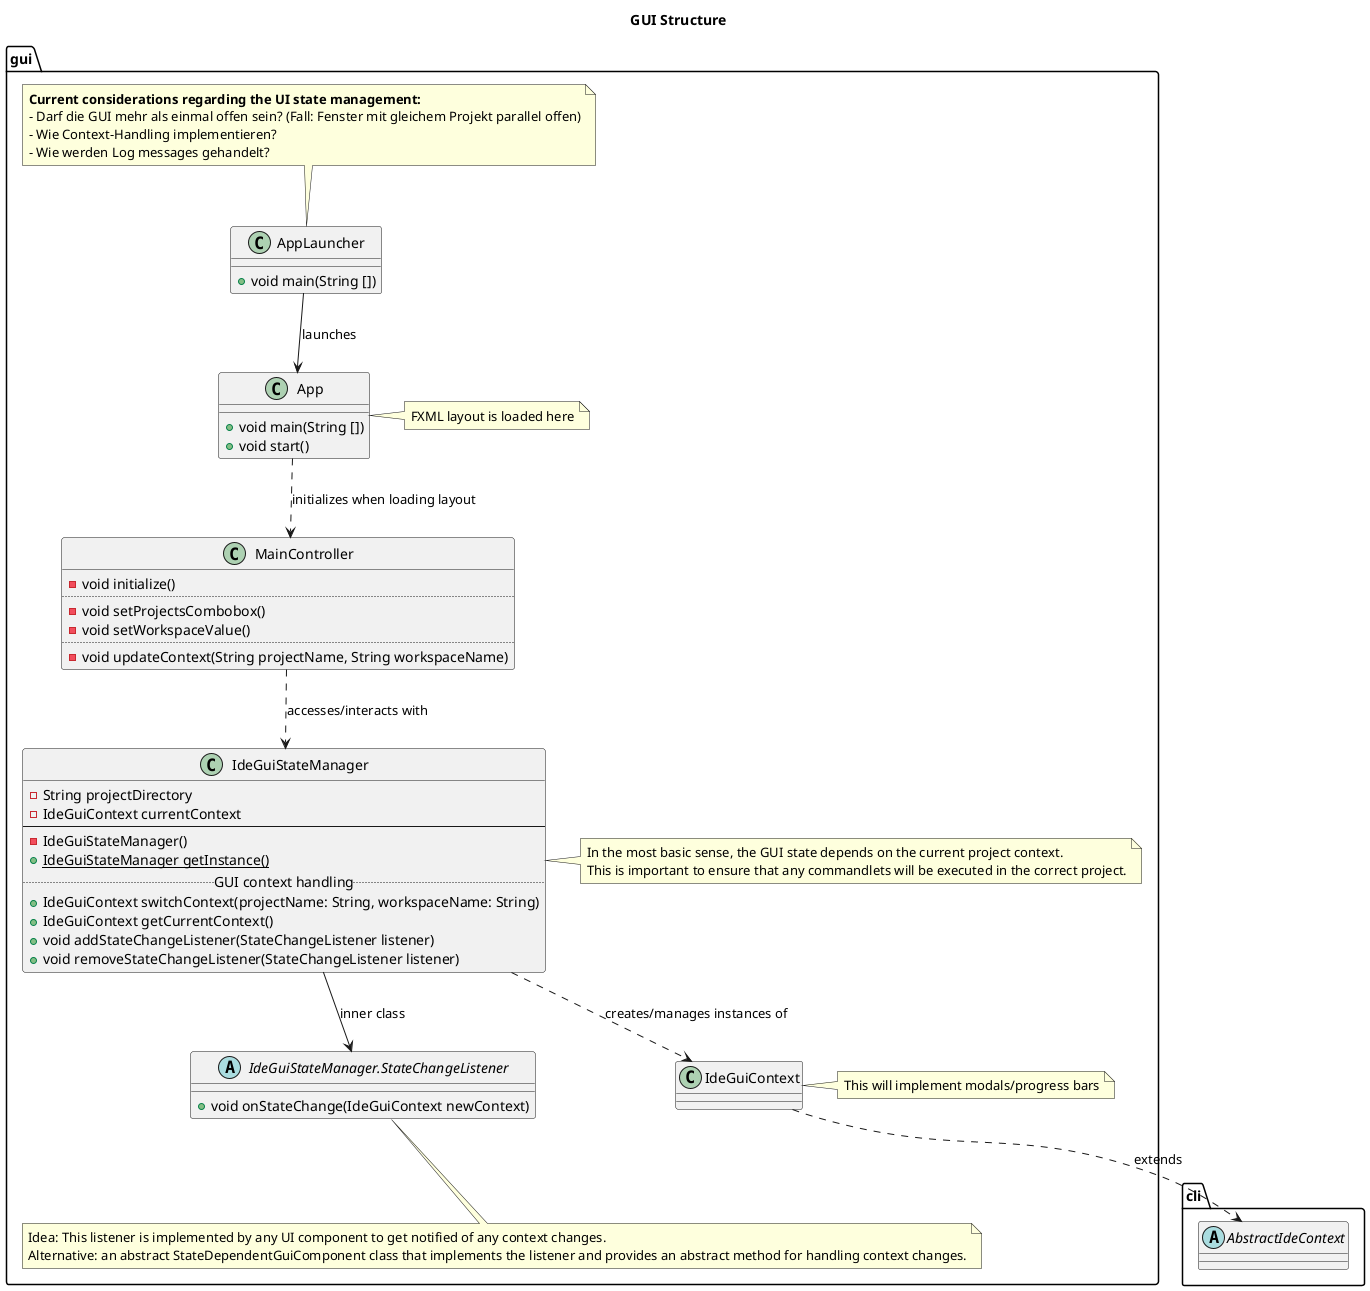
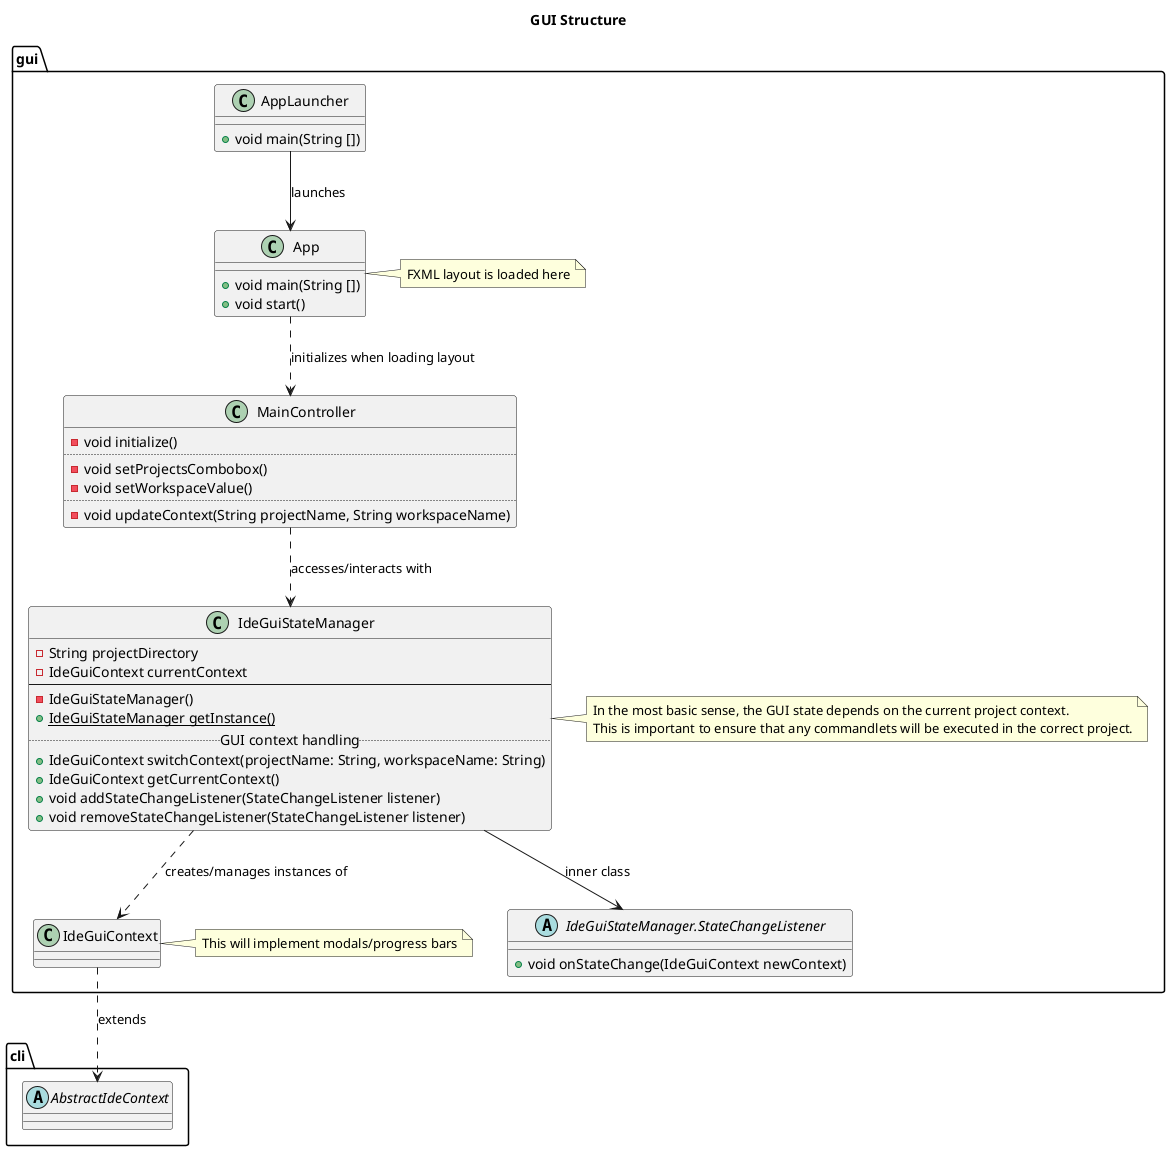
@startuml
'https://plantuml.com/sequence-diagram

title GUI Structure


package "cli" {
abstract class AbstractIdeContext
}
package "gui" {
  class AppLauncher {
    +void main(String [])
  }

  class App {
    +void main(String [])
    +void start()
  }

  class IdeGuiStateManager {
      -String projectDirectory
      -IdeGuiContext currentContext
      --
      -IdeGuiStateManager()
      +{static} IdeGuiStateManager getInstance()
      ..GUI context handling..
      +IdeGuiContext switchContext(projectName: String, workspaceName: String)
      +IdeGuiContext getCurrentContext()
      +void addStateChangeListener(StateChangeListener listener)
      +void removeStateChangeListener(StateChangeListener listener)
  }

  class MainController {
    -void initialize()
    ..
    -void setProjectsCombobox()
    -void setWorkspaceValue()
    ..
    -void updateContext(String projectName, String workspaceName)
  }

  abstract class "IdeGuiStateManager.StateChangeListener" as StateChangeListener {
    +void onStateChange(IdeGuiContext newContext)
  }

  class IdeGuiContext


  note right of IdeGuiStateManager
    In the most basic sense, the GUI state depends on the current project context.
    This is important to ensure that any commandlets will be executed in the correct project.
  end note
-   note bottom of StateChangeListener
-     Idea: This listener is implemented by any UI component to get notified of any context changes.
-     Alternative: an abstract StateDependentGuiComponent class that implements the listener and provides an abstract method for handling context changes.
-   end note
  note right of App: FXML layout is loaded here
  note right of IdeGuiContext: This will implement modals/progress bars
-   note top of AppLauncher
-     <b>Current considerations regarding the UI state management:</b>
-     - Darf die GUI mehr als einmal offen sein? (Fall: Fenster mit gleichem Projekt parallel offen)
-     - Wie Context-Handling implementieren?
-     - Wie werden Log messages gehandelt?
-   end note
}


'' Relations ''

AppLauncher --> App : launches

IdeGuiContext ..> AbstractIdeContext : extends

IdeGuiStateManager ..> IdeGuiContext : creates/manages instances of
IdeGuiStateManager --> StateChangeListener : inner class

App ..> MainController : initializes when loading layout
MainController ..> IdeGuiStateManager : accesses/interacts with

@enduml
